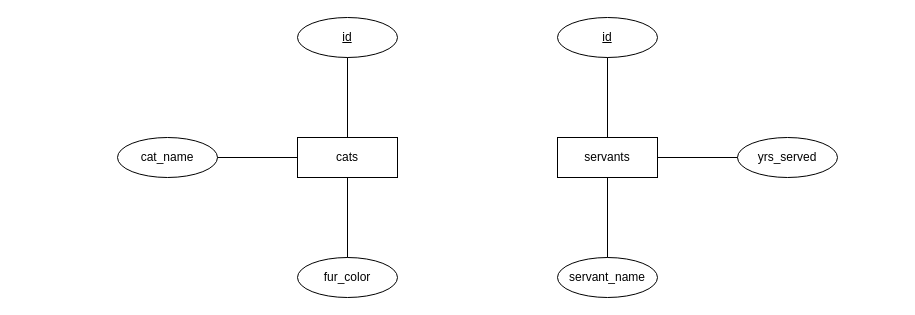
Earlier version of the draw.io diagram kardinalitaet_1_1/01_1-1.drawio (Mirges/02_DB_models). Source tidied: cells renumbered, new cells numbered last; positions are measured from the earlier drawing's top-left corner, leaving out a move shared by most shapes. Both pictures are drawn from the tidied source at 100%, with x=0, y=0 at pixel (117, 17).
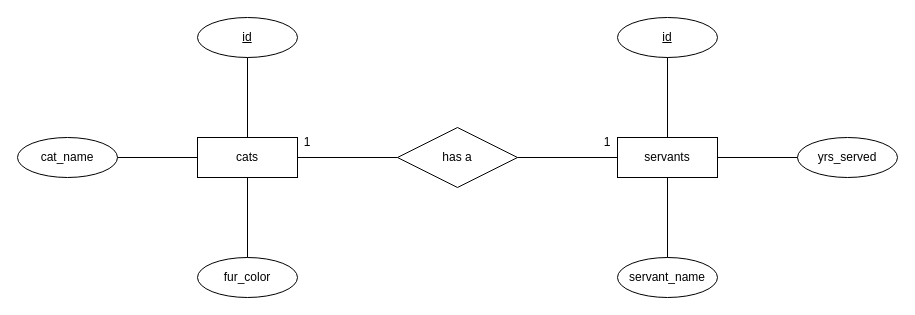
The same diagram, later.

Change to the diagram source:
```diff
@@
     <mxCell id="2" value="cats" style="whiteSpace=wrap;html=1;align=center;" parent="1" vertex="1">
-      <mxGeometry x="180" y="120" width="100" height="40" as="geometry" />
+      <mxGeometry x="80" y="120" width="100" height="40" as="geometry" />
     </mxCell>
     <mxCell id="3" value="id" style="ellipse;whiteSpace=wrap;html=1;align=center;fontStyle=4;" parent="1" vertex="1">
-      <mxGeometry x="180" width="100" height="40" as="geometry" />
+      <mxGeometry x="80" width="100" height="40" as="geometry" />
     </mxCell>
     <mxCell id="4" value="cat_name" style="ellipse;whiteSpace=wrap;html=1;align=center;" parent="1" vertex="1">
-      <mxGeometry y="120" width="100" height="40" as="geometry" />
+      <mxGeometry x="-100" y="120" width="100" height="40" as="geometry" />
     </mxCell>
     <mxCell id="5" value="fur_color" style="ellipse;whiteSpace=wrap;html=1;align=center;" parent="1" vertex="1">
-      <mxGeometry x="180" y="240" width="100" height="40" as="geometry" />
+      <mxGeometry x="80" y="240" width="100" height="40" as="geometry" />
     </mxCell>
@@
     <mxCell id="8" style="endArrow=none;html=1;rounded=0;entryX=1;entryY=0.5;entryDx=0;entryDy=0;" parent="1" edge="1" target="4">
       <mxGeometry relative="1" as="geometry">
-        <mxPoint x="180" y="140" as="sourcePoint" />
+        <mxPoint x="80" y="140" as="sourcePoint" />
       </mxGeometry>
     </mxCell>
     <mxCell id="9" value="servants" style="whiteSpace=wrap;html=1;align=center;" parent="1" vertex="1">
-      <mxGeometry x="440" y="120" width="100" height="40" as="geometry" />
+      <mxGeometry x="500" y="120" width="100" height="40" as="geometry" />
     </mxCell>
     <mxCell id="10" value="id" style="ellipse;whiteSpace=wrap;html=1;align=center;fontStyle=4;" parent="1" vertex="1">
-      <mxGeometry x="440" width="100" height="40" as="geometry" />
+      <mxGeometry x="500" width="100" height="40" as="geometry" />
     </mxCell>
     <mxCell id="11" value="yrs_served" style="ellipse;whiteSpace=wrap;html=1;align=center;" parent="1" vertex="1">
-      <mxGeometry x="620" y="120" width="100" height="40" as="geometry" />
+      <mxGeometry x="680" y="120" width="100" height="40" as="geometry" />
     </mxCell>
     <mxCell id="12" value="servant_name" style="ellipse;whiteSpace=wrap;html=1;align=center;" parent="1" vertex="1">
-      <mxGeometry x="440" y="240" width="100" height="40" as="geometry" />
+      <mxGeometry x="500" y="240" width="100" height="40" as="geometry" />
     </mxCell>
-    <mxCell id="13" style="endArrow=none;html=1;rounded=0;entryX=0.5;entryY=1;entryDx=0;entryDy=0;exitX=0.5;exitY=0;exitDx=0;exitDy=0;" parent="1" edge="1" source="9" target="10">
+    <mxCell id="13" style="endArrow=none;html=1;rounded=0;entryX=0.5;entryY=1;entryDx=0;entryDy=0;" parent="1" edge="1" source="9" target="10">
       <mxGeometry relative="1" as="geometry" />
     </mxCell>
@@
+    <mxCell id="16" value="has a" style="shape=rhombus;perimeter=rhombusPerimeter;whiteSpace=wrap;html=1;align=center;" parent="1" vertex="1">
+      <mxGeometry x="280" y="110" width="120" height="60" as="geometry" />
+    </mxCell>
+    <mxCell id="17" style="endArrow=none;html=1;rounded=0;exitX=0;exitY=0.5;exitDx=0;exitDy=0;entryX=1;entryY=0.5;entryDx=0;entryDy=0;" parent="1" edge="1" source="16" target="2">
+      <mxGeometry relative="1" as="geometry" />
+    </mxCell>
+    <mxCell id="18" style="endArrow=none;html=1;rounded=0;exitX=0;exitY=0.5;exitDx=0;exitDy=0;entryX=1;entryY=0.5;entryDx=0;entryDy=0;" parent="1" edge="1" source="9" target="16">
+      <mxGeometry relative="1" as="geometry" />
+    </mxCell>
+    <mxCell id="19" value="1" style="text;html=1;align=center;verticalAlign=middle;whiteSpace=wrap;rounded=0;" parent="1" vertex="1">
+      <mxGeometry x="160" y="110" width="60" height="30" as="geometry" />
+    </mxCell>
+    <mxCell id="20" value="1" style="text;html=1;align=center;verticalAlign=middle;whiteSpace=wrap;rounded=0;" parent="1" vertex="1">
+      <mxGeometry x="460" y="110" width="60" height="30" as="geometry" />
+    </mxCell>
```
